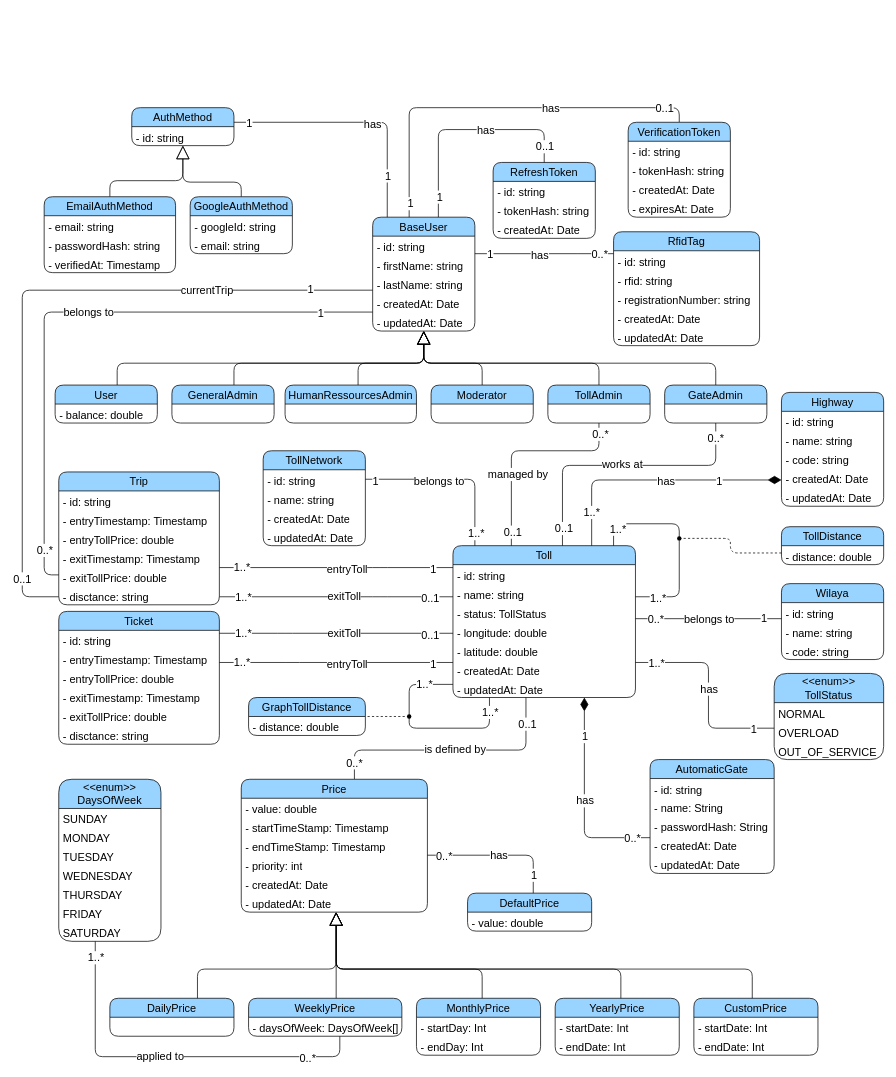
devlotfi/peage-pay keeps this draw.io diagram as diagrams/class-diagram.drawio. Above is the earlier version. Source tidied: cells renumbered, new cells numbered last; positions are measured from the earlier drawing's top-left corner, leaving out a move shared by most shapes. Both pictures are drawn from the tidied source at 73%, with x=0, y=0 at pixel (22, 107).
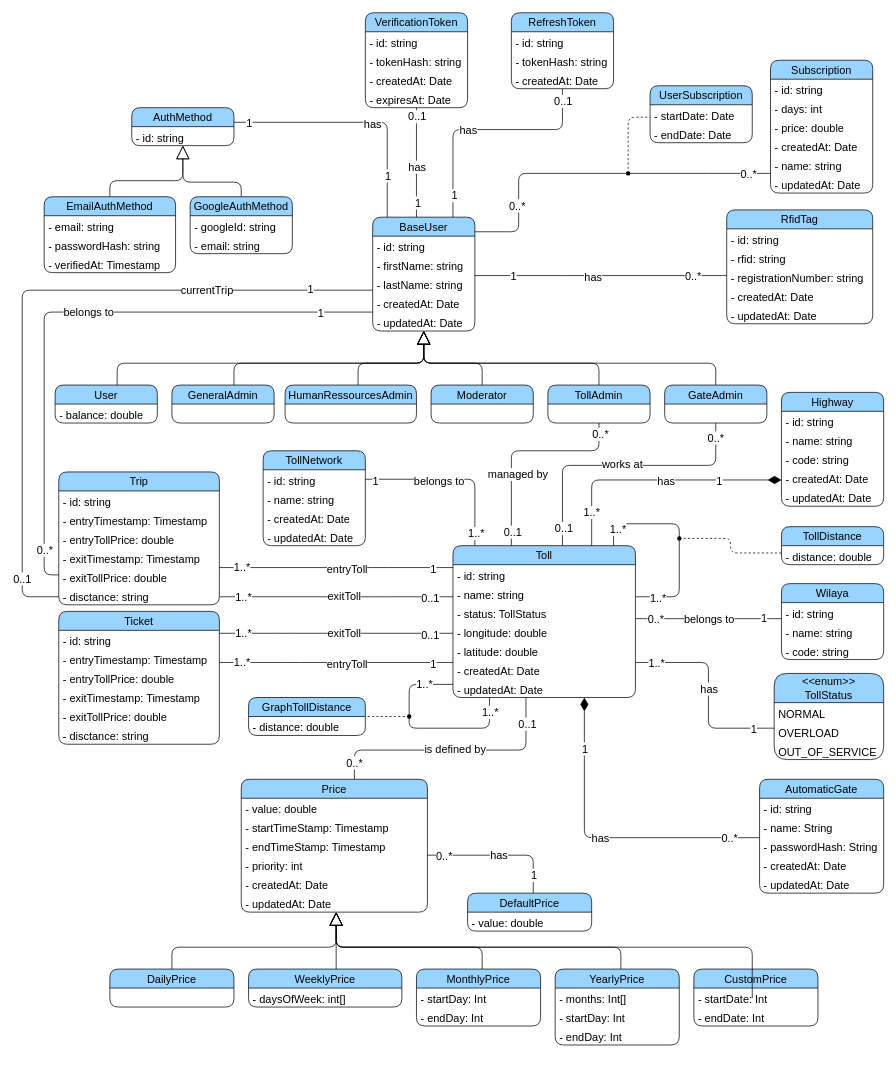
Above is the later version.

The change refers to these unchanged cells:
```xml
<mxCell id="32" value="BaseUser" style="swimlane;fontStyle=0;horizontal=1;startSize=26;fillColor=#99D3FF;whiteSpace=wrap;html=1;fontFamily=Helvetica;fontSize=15;fontColor=default;fillStyle=auto;rounded=1;glass=0;shadow=0;swimlaneFillColor=none;gradientColor=none;" parent="1" vertex="1">
  <mxGeometry x="480" y="150" width="140" height="156" as="geometry" />
</mxCell>
<mxCell id="158" value="Price" style="swimlane;fontStyle=0;horizontal=1;startSize=26;fillColor=#99D3FF;whiteSpace=wrap;html=1;fontFamily=Helvetica;fontSize=15;fontColor=default;fillStyle=auto;rounded=1;glass=0;shadow=0;swimlaneFillColor=none;gradientColor=none;" parent="1" vertex="1">
  <mxGeometry x="300" y="920" width="255" height="182" as="geometry" />
</mxCell>
```

Diff of the diagram source:
```diff
@@
     <mxCell id="56" value="RfidTag" style="swimlane;fontStyle=0;horizontal=1;startSize=26;fillColor=#99D3FF;whiteSpace=wrap;html=1;fontFamily=Helvetica;fontSize=15;fontColor=default;fillStyle=auto;rounded=1;glass=0;shadow=0;swimlaneFillColor=none;gradientColor=none;" parent="1" vertex="1">
-      <mxGeometry x="810" y="170" width="200" height="156" as="geometry" />
+      <mxGeometry x="965" y="140" width="200" height="156" as="geometry" />
     </mxCell>
@@
     <mxCell id="62" style="endArrow=none;endFill=0;endSize=24;html=1;rounded=1;labelBackgroundColor=default;strokeColor=default;align=center;verticalAlign=middle;fontFamily=Helvetica;fontSize=15;fontColor=default;shape=connector;edgeStyle=orthogonalEdgeStyle;curved=0;" parent="1" edge="1" source="56" target="32">
       <mxGeometry relative="1" as="geometry">
         <Array as="points">
-          <mxPoint x="770" y="200" />
-          <mxPoint x="770" y="200" />
+          <mxPoint x="730" y="230" />
+          <mxPoint x="730" y="230" />
         </Array>
       </mxGeometry>
     </mxCell>
@@
     <mxCell id="120" value="AutomaticGate" style="swimlane;fontStyle=0;horizontal=1;startSize=26;fillColor=#99D3FF;whiteSpace=wrap;html=1;fontFamily=Helvetica;fontSize=15;fontColor=default;fillStyle=auto;rounded=1;glass=0;shadow=0;swimlaneFillColor=none;gradientColor=none;" parent="1" vertex="1">
-      <mxGeometry x="860" y="893" width="170" height="156" as="geometry" />
+      <mxGeometry x="1010" y="920" width="170" height="156" as="geometry" />
     </mxCell>
@@
     <mxCell id="138" value="DailyPrice" style="swimlane;fontStyle=0;horizontal=1;startSize=26;fillColor=#99D3FF;whiteSpace=wrap;html=1;fontFamily=Helvetica;fontSize=15;fontColor=default;fillStyle=auto;rounded=1;glass=0;shadow=0;swimlaneFillColor=none;gradientColor=none;" parent="1" vertex="1">
-      <mxGeometry x="120" y="1220" width="170" height="52" as="geometry" />
+      <mxGeometry x="120" y="1180" width="170" height="52" as="geometry" />
     </mxCell>
     <mxCell id="139" value="WeeklyPrice" style="swimlane;fontStyle=0;horizontal=1;startSize=26;fillColor=#99D3FF;whiteSpace=wrap;html=1;fontFamily=Helvetica;fontSize=15;fontColor=default;fillStyle=auto;rounded=1;glass=0;shadow=0;swimlaneFillColor=none;gradientColor=none;" parent="1" vertex="1">
-      <mxGeometry x="310" y="1220" width="210" height="52" as="geometry" />
+      <mxGeometry x="310" y="1180" width="210" height="52" as="geometry" />
     </mxCell>
-    <mxCell id="140" value="- daysOfWeek: DaysOfWeek[]" style="text;strokeColor=none;fillColor=none;align=left;verticalAlign=top;spacingLeft=4;spacingRight=4;overflow=hidden;whiteSpace=wrap;html=1;fontSize=15;fontFamily=Helvetica;fontColor=default;" parent="139" vertex="1">
+    <mxCell id="140" value="- daysOfWeek: int[]" style="text;strokeColor=none;fillColor=none;align=left;verticalAlign=top;spacingLeft=4;spacingRight=4;overflow=hidden;whiteSpace=wrap;html=1;fontSize=15;fontFamily=Helvetica;fontColor=default;" parent="139" vertex="1">
       <mxGeometry y="26" width="210" height="26" as="geometry" />
     </mxCell>
     <mxCell id="141" value="MonthlyPrice" style="swimlane;fontStyle=0;horizontal=1;startSize=26;fillColor=#99D3FF;whiteSpace=wrap;html=1;fontFamily=Helvetica;fontSize=15;fontColor=default;fillStyle=auto;rounded=1;glass=0;shadow=0;swimlaneFillColor=none;gradientColor=none;" parent="1" vertex="1">
-      <mxGeometry x="540" y="1220" width="170" height="78" as="geometry" />
+      <mxGeometry x="540" y="1180" width="170" height="78" as="geometry" />
     </mxCell>
@@
     <mxCell id="144" value="YearlyPrice" style="swimlane;fontStyle=0;horizontal=1;startSize=26;fillColor=#99D3FF;whiteSpace=wrap;html=1;fontFamily=Helvetica;fontSize=15;fontColor=default;fillStyle=auto;rounded=1;glass=0;shadow=0;swimlaneFillColor=none;gradientColor=none;" parent="1" vertex="1">
-      <mxGeometry x="730" y="1220" width="170" height="78" as="geometry" />
+      <mxGeometry x="730" y="1180" width="170" height="104" as="geometry" />
     </mxCell>
-    <mxCell id="145" value="- startDate: Int" style="text;strokeColor=none;fillColor=none;align=left;verticalAlign=top;spacingLeft=4;spacingRight=4;overflow=hidden;whiteSpace=wrap;html=1;fontSize=15;fontFamily=Helvetica;fontColor=default;" parent="144" vertex="1">
+    <mxCell id="145" value="- months: Int[]" style="text;strokeColor=none;fillColor=none;align=left;verticalAlign=top;spacingLeft=4;spacingRight=4;overflow=hidden;whiteSpace=wrap;html=1;fontSize=15;fontFamily=Helvetica;fontColor=default;" parent="144" vertex="1">
       <mxGeometry y="26" width="170" height="26" as="geometry" />
     </mxCell>
+    <mxCell id="224" value="- startDay: Int" style="text;strokeColor=none;fillColor=none;align=left;verticalAlign=top;spacingLeft=4;spacingRight=4;overflow=hidden;whiteSpace=wrap;html=1;fontSize=15;fontFamily=Helvetica;fontColor=default;" parent="144" vertex="1">
+      <mxGeometry y="52" width="170" height="26" as="geometry" />
+    </mxCell>
-    <mxCell id="146" value="- endDate: Int" style="text;strokeColor=none;fillColor=none;align=left;verticalAlign=top;spacingLeft=4;spacingRight=4;overflow=hidden;whiteSpace=wrap;html=1;fontSize=15;fontFamily=Helvetica;fontColor=default;" parent="144" vertex="1">
-      <mxGeometry y="52" width="170" height="26" as="geometry" />
+    <mxCell id="146" value="- endDay: Int" style="text;strokeColor=none;fillColor=none;align=left;verticalAlign=top;spacingLeft=4;spacingRight=4;overflow=hidden;whiteSpace=wrap;html=1;fontSize=15;fontFamily=Helvetica;fontColor=default;" parent="144" vertex="1">
+      <mxGeometry y="78" width="170" height="26" as="geometry" />
     </mxCell>
     <mxCell id="147" value="CustomPrice" style="swimlane;fontStyle=0;horizontal=1;startSize=26;fillColor=#99D3FF;whiteSpace=wrap;html=1;fontFamily=Helvetica;fontSize=15;fontColor=default;fillStyle=auto;rounded=1;glass=0;shadow=0;swimlaneFillColor=none;gradientColor=none;" parent="1" vertex="1">
-      <mxGeometry x="920" y="1220" width="170" height="78" as="geometry" />
+      <mxGeometry x="920" y="1180" width="170" height="78" as="geometry" />
     </mxCell>
@@
     <mxCell id="165" style="edgeStyle=orthogonalEdgeStyle;shape=connector;curved=0;rounded=1;jettySize=auto;html=1;labelBackgroundColor=default;strokeColor=default;align=center;verticalAlign=middle;fontFamily=Helvetica;fontSize=15;fontColor=default;endArrow=block;endFill=0;endSize=16;" parent="1" edge="1" source="141" target="158">
       <mxGeometry relative="1" as="geometry">
         <Array as="points">
-          <mxPoint x="630" y="1180" />
-          <mxPoint x="430" y="1180" />
+          <mxPoint x="630" y="1150" />
+          <mxPoint x="430" y="1150" />
         </Array>
       </mxGeometry>
     </mxCell>
@@
     <mxCell id="167" style="edgeStyle=orthogonalEdgeStyle;shape=connector;curved=0;rounded=1;jettySize=auto;html=1;labelBackgroundColor=default;strokeColor=default;align=center;verticalAlign=middle;fontFamily=Helvetica;fontSize=15;fontColor=default;endArrow=block;endFill=0;endSize=16;" parent="1" edge="1" source="138" target="158">
       <mxGeometry relative="1" as="geometry">
         <Array as="points">
-          <mxPoint x="240" y="1180" />
-          <mxPoint x="430" y="1180" />
+          <mxPoint x="205" y="1150" />
+          <mxPoint x="430" y="1150" />
         </Array>
       </mxGeometry>
     </mxCell>
     <mxCell id="168" style="edgeStyle=orthogonalEdgeStyle;shape=connector;curved=0;rounded=1;jettySize=auto;html=1;labelBackgroundColor=default;strokeColor=default;align=center;verticalAlign=middle;fontFamily=Helvetica;fontSize=15;fontColor=default;endArrow=block;endFill=0;endSize=16;" parent="1" edge="1" source="144" target="158">
       <mxGeometry relative="1" as="geometry">
         <Array as="points">
-          <mxPoint x="820" y="1180" />
-          <mxPoint x="430" y="1180" />
+          <mxPoint x="820" y="1150" />
+          <mxPoint x="430" y="1150" />
         </Array>
       </mxGeometry>
     </mxCell>
     <mxCell id="169" style="edgeStyle=orthogonalEdgeStyle;shape=connector;curved=0;rounded=1;jettySize=auto;html=1;labelBackgroundColor=default;strokeColor=default;align=center;verticalAlign=middle;fontFamily=Helvetica;fontSize=15;fontColor=default;endArrow=block;endFill=0;endSize=16;" parent="1" edge="1" target="158">
       <mxGeometry relative="1" as="geometry">
         <mxPoint x="1000" y="1220" as="sourcePoint" />
         <Array as="points">
-          <mxPoint x="1000" y="1180" />
-          <mxPoint x="430" y="1180" />
+          <mxPoint x="1000" y="1150" />
+          <mxPoint x="430" y="1150" />
         </Array>
       </mxGeometry>
     </mxCell>
     <mxCell id="170" style="edgeStyle=orthogonalEdgeStyle;rounded=1;jettySize=auto;html=1;strokeColor=default;align=center;verticalAlign=middle;fontFamily=Helvetica;fontSize=15;fontColor=default;labelBackgroundColor=default;endArrow=none;endFill=0;endSize=24;" parent="1" edge="1" source="174" target="32">
       <mxGeometry relative="1" as="geometry">
         <Array as="points">
-          <mxPoint x="900" />
-          <mxPoint x="530" />
+          <mxPoint x="530" y="-30" />
+          <mxPoint x="530" y="-30" />
         </Array>
       </mxGeometry>
     </mxCell>
     <mxCell id="171" value="has" style="edgeLabel;html=1;align=center;verticalAlign=middle;fontFamily=Helvetica;fontSize=15;fontColor=default;labelBackgroundColor=default;" parent="170" vertex="1">
-      <mxGeometry x="-0.27" relative="1" as="geometry" />
+      <mxGeometry x="-0.27" relative="1" as="geometry">
+        <mxPoint y="25" as="offset" />
+      </mxGeometry>
     </mxCell>
@@
     <mxCell id="173" value="1" style="edgeLabel;html=1;align=center;verticalAlign=middle;fontFamily=Helvetica;fontSize=15;fontColor=default;labelBackgroundColor=default;" parent="170" vertex="1">
       <mxGeometry x="0.81" y="1" relative="1" as="geometry">
-        <mxPoint y="31" as="offset" />
+        <mxPoint y="-7" as="offset" />
       </mxGeometry>
     </mxCell>
     <mxCell id="174" value="VerificationToken" style="swimlane;fontStyle=0;horizontal=1;startSize=26;fillColor=#99D3FF;whiteSpace=wrap;html=1;fontFamily=Helvetica;fontSize=15;fontColor=default;fillStyle=auto;rounded=1;glass=0;shadow=0;swimlaneFillColor=none;gradientColor=none;" parent="1" vertex="1">
-      <mxGeometry x="830" y="20" width="140" height="130" as="geometry" />
+      <mxGeometry x="470" y="-130" width="140" height="130" as="geometry" />
     </mxCell>
@@
     <mxCell id="179" value="RefreshToken" style="swimlane;fontStyle=0;horizontal=1;startSize=26;fillColor=#99D3FF;whiteSpace=wrap;html=1;fontFamily=Helvetica;fontSize=15;fontColor=default;fillStyle=auto;rounded=1;glass=0;shadow=0;swimlaneFillColor=none;gradientColor=none;" parent="1" vertex="1">
-      <mxGeometry x="645" y="75" width="140" height="104" as="geometry" />
+      <mxGeometry x="670" y="-130" width="140" height="104" as="geometry" />
     </mxCell>
@@
     <mxCell id="183" style="edgeStyle=orthogonalEdgeStyle;rounded=1;jettySize=auto;html=1;strokeColor=default;align=center;verticalAlign=middle;fontFamily=Helvetica;fontSize=15;fontColor=default;labelBackgroundColor=default;endArrow=none;endFill=0;endSize=24;" parent="1" edge="1" source="179" target="32">
       <mxGeometry relative="1" as="geometry">
         <Array as="points">
-          <mxPoint x="715" y="30" />
-          <mxPoint x="570" y="30" />
+          <mxPoint x="590" y="30" />
         </Array>
       </mxGeometry>
     </mxCell>
     <mxCell id="184" value="has" style="edgeLabel;html=1;align=center;verticalAlign=middle;fontFamily=Helvetica;fontSize=15;fontColor=default;labelBackgroundColor=default;" parent="183" vertex="1">
       <mxGeometry x="-0.27" relative="1" as="geometry">
-        <mxPoint x="-13" as="offset" />
+        <mxPoint x="-67" as="offset" />
       </mxGeometry>
     </mxCell>
     <mxCell id="185" value="0..1" style="edgeLabel;html=1;align=center;verticalAlign=middle;fontFamily=Helvetica;fontSize=15;fontColor=default;labelBackgroundColor=default;" parent="183" vertex="1">
-      <mxGeometry x="-0.85" relative="1" as="geometry" />
+      <mxGeometry x="-0.85" relative="1" as="geometry">
+        <mxPoint y="-8" as="offset" />
+      </mxGeometry>
     </mxCell>
@@
-    <mxCell id="212" style="edgeStyle=orthogonalEdgeStyle;curved=0;rounded=1;jettySize=auto;html=1;strokeColor=default;align=center;verticalAlign=middle;fontFamily=Helvetica;fontSize=15;fontColor=default;labelBackgroundColor=default;endArrow=none;endFill=0;endSize=16;" parent="1" edge="1" source="216" target="139">
-      <mxGeometry relative="1" as="geometry">
-        <Array as="points">
-          <mxPoint x="100" y="1300" />
-          <mxPoint x="435" y="1300" />
-        </Array>
-      </mxGeometry>
-    </mxCell>
-    <mxCell id="213" value="1..*" style="edgeLabel;html=1;align=center;verticalAlign=middle;fontFamily=Helvetica;fontSize=15;fontColor=default;labelBackgroundColor=default;" parent="212" vertex="1">
-      <mxGeometry x="-0.92" relative="1" as="geometry" />
-    </mxCell>
-    <mxCell id="214" value="0..*" style="edgeLabel;html=1;align=center;verticalAlign=middle;fontFamily=Helvetica;fontSize=15;fontColor=default;labelBackgroundColor=default;" parent="212" vertex="1">
-      <mxGeometry x="0.92" y="1" relative="1" as="geometry">
-        <mxPoint x="-44" y="8" as="offset" />
-      </mxGeometry>
-    </mxCell>
-    <mxCell id="215" value="applied to" style="edgeLabel;html=1;align=center;verticalAlign=middle;fontFamily=Helvetica;fontSize=15;fontColor=default;labelBackgroundColor=default;" parent="212" vertex="1">
-      <mxGeometry x="-0.18" y="2" relative="1" as="geometry">
-        <mxPoint x="32" as="offset" />
-      </mxGeometry>
-    </mxCell>
-    <mxCell id="216" value="&amp;lt;&amp;lt;enum&amp;gt;&amp;gt;&lt;br style=&quot;font-size: 15px;&quot;&gt;DaysOfWeek" style="swimlane;fontStyle=0;horizontal=1;startSize=40;fillColor=#99D3FF;whiteSpace=wrap;html=1;fontFamily=Helvetica;fontSize=15;fontColor=default;fillStyle=auto;rounded=1;glass=0;shadow=0;swimlaneFillColor=none;gradientColor=none;" parent="1" vertex="1">
-      <mxGeometry x="50" y="920" width="140" height="222" as="geometry" />
-    </mxCell>
-    <mxCell id="217" value="SUNDAY" style="text;strokeColor=none;fillColor=none;align=left;verticalAlign=top;spacingLeft=4;spacingRight=4;overflow=hidden;whiteSpace=wrap;html=1;fontSize=15;fontFamily=Helvetica;fontColor=default;" parent="216" vertex="1">
-      <mxGeometry y="40" width="140" height="26" as="geometry" />
-    </mxCell>
-    <mxCell id="218" value="MONDAY" style="text;strokeColor=none;fillColor=none;align=left;verticalAlign=top;spacingLeft=4;spacingRight=4;overflow=hidden;whiteSpace=wrap;html=1;fontSize=15;fontFamily=Helvetica;fontColor=default;" parent="216" vertex="1">
-      <mxGeometry y="66" width="140" height="26" as="geometry" />
-    </mxCell>
-    <mxCell id="219" value="TUESDAY" style="text;strokeColor=none;fillColor=none;align=left;verticalAlign=top;spacingLeft=4;spacingRight=4;overflow=hidden;whiteSpace=wrap;html=1;fontSize=15;fontFamily=Helvetica;fontColor=default;" parent="216" vertex="1">
-      <mxGeometry y="92" width="140" height="26" as="geometry" />
-    </mxCell>
-    <mxCell id="220" value="WEDNESDAY" style="text;strokeColor=none;fillColor=none;align=left;verticalAlign=top;spacingLeft=4;spacingRight=4;overflow=hidden;whiteSpace=wrap;html=1;fontSize=15;fontFamily=Helvetica;fontColor=default;" parent="216" vertex="1">
-      <mxGeometry y="118" width="140" height="26" as="geometry" />
-    </mxCell>
-    <mxCell id="221" value="THURSDAY" style="text;strokeColor=none;fillColor=none;align=left;verticalAlign=top;spacingLeft=4;spacingRight=4;overflow=hidden;whiteSpace=wrap;html=1;fontSize=15;fontFamily=Helvetica;fontColor=default;" parent="216" vertex="1">
-      <mxGeometry y="144" width="140" height="26" as="geometry" />
-    </mxCell>
-    <mxCell id="222" value="FRIDAY" style="text;strokeColor=none;fillColor=none;align=left;verticalAlign=top;spacingLeft=4;spacingRight=4;overflow=hidden;whiteSpace=wrap;html=1;fontSize=15;fontFamily=Helvetica;fontColor=default;" parent="216" vertex="1">
-      <mxGeometry y="170" width="140" height="26" as="geometry" />
-    </mxCell>
-    <mxCell id="223" value="SATURDAY" style="text;strokeColor=none;fillColor=none;align=left;verticalAlign=top;spacingLeft=4;spacingRight=4;overflow=hidden;whiteSpace=wrap;html=1;fontSize=15;fontFamily=Helvetica;fontColor=default;" parent="216" vertex="1">
-      <mxGeometry y="196" width="140" height="26" as="geometry" />
-    </mxCell>
+    <mxCell id="225" value="Subscription" style="swimlane;fontStyle=0;horizontal=1;startSize=26;fillColor=#99D3FF;whiteSpace=wrap;html=1;fontFamily=Helvetica;fontSize=15;fontColor=default;fillStyle=auto;rounded=1;glass=0;shadow=0;swimlaneFillColor=none;gradientColor=none;" parent="1" vertex="1">
+      <mxGeometry x="1025" y="-65" width="140" height="182" as="geometry" />
+    </mxCell>
+    <mxCell id="226" value="- id: string" style="text;strokeColor=none;fillColor=none;align=left;verticalAlign=top;spacingLeft=4;spacingRight=4;overflow=hidden;whiteSpace=wrap;html=1;fontSize=15;fontFamily=Helvetica;fontColor=default;" parent="225" vertex="1">
+      <mxGeometry y="26" width="140" height="26" as="geometry" />
+    </mxCell>
+    <mxCell id="227" value="- days: int" style="text;strokeColor=none;fillColor=none;align=left;verticalAlign=top;spacingLeft=4;spacingRight=4;overflow=hidden;whiteSpace=wrap;html=1;fontSize=15;fontFamily=Helvetica;fontColor=default;" parent="225" vertex="1">
+      <mxGeometry y="52" width="140" height="26" as="geometry" />
+    </mxCell>
+    <mxCell id="228" value="- price: double" style="text;strokeColor=none;fillColor=none;align=left;verticalAlign=top;spacingLeft=4;spacingRight=4;overflow=hidden;whiteSpace=wrap;html=1;fontSize=15;fontFamily=Helvetica;fontColor=default;" parent="225" vertex="1">
+      <mxGeometry y="78" width="140" height="26" as="geometry" />
+    </mxCell>
+    <mxCell id="229" value="- createdAt: Date" style="text;strokeColor=none;fillColor=none;align=left;verticalAlign=top;spacingLeft=4;spacingRight=4;overflow=hidden;whiteSpace=wrap;html=1;fontSize=15;fontFamily=Helvetica;fontColor=default;" parent="225" vertex="1">
+      <mxGeometry y="104" width="140" height="26" as="geometry" />
+    </mxCell>
+    <mxCell id="230" value="- name: string" style="text;strokeColor=none;fillColor=none;align=left;verticalAlign=top;spacingLeft=4;spacingRight=4;overflow=hidden;whiteSpace=wrap;html=1;fontSize=15;fontFamily=Helvetica;fontColor=default;" parent="225" vertex="1">
+      <mxGeometry y="130" width="140" height="26" as="geometry" />
+    </mxCell>
+    <mxCell id="231" value="- updatedAt: Date" style="text;strokeColor=none;fillColor=none;align=left;verticalAlign=top;spacingLeft=4;spacingRight=4;overflow=hidden;whiteSpace=wrap;html=1;fontSize=15;fontFamily=Helvetica;fontColor=default;" parent="225" vertex="1">
+      <mxGeometry y="156" width="140" height="26" as="geometry" />
+    </mxCell>
+    <mxCell id="232" value="UserSubscription" style="swimlane;fontStyle=0;horizontal=1;startSize=26;fillColor=#99D3FF;whiteSpace=wrap;html=1;fontFamily=Helvetica;fontSize=15;fontColor=default;fillStyle=auto;rounded=1;glass=0;shadow=0;swimlaneFillColor=none;gradientColor=none;" parent="1" vertex="1">
+      <mxGeometry x="860" y="-30" width="140" height="78" as="geometry" />
+    </mxCell>
+    <mxCell id="233" value="- startDate: Date" style="text;strokeColor=none;fillColor=none;align=left;verticalAlign=top;spacingLeft=4;spacingRight=4;overflow=hidden;whiteSpace=wrap;html=1;fontSize=15;fontFamily=Helvetica;fontColor=default;" parent="232" vertex="1">
+      <mxGeometry y="26" width="140" height="26" as="geometry" />
+    </mxCell>
+    <mxCell id="234" value="- endDate: Date" style="text;strokeColor=none;fillColor=none;align=left;verticalAlign=top;spacingLeft=4;spacingRight=4;overflow=hidden;whiteSpace=wrap;html=1;fontSize=15;fontFamily=Helvetica;fontColor=default;" parent="232" vertex="1">
+      <mxGeometry y="52" width="140" height="26" as="geometry" />
+    </mxCell>
+    <mxCell id="235" style="edgeStyle=orthogonalEdgeStyle;curved=0;rounded=1;jettySize=auto;html=1;strokeColor=default;align=center;verticalAlign=middle;fontFamily=Helvetica;fontSize=15;fontColor=default;labelBackgroundColor=default;endArrow=none;endFill=0;endSize=24;dashed=1;" parent="1" edge="1" source="240" target="232">
+      <mxGeometry relative="1" as="geometry">
+        <Array as="points">
+          <mxPoint x="830" y="13" />
+        </Array>
+      </mxGeometry>
+    </mxCell>
+    <mxCell id="236" style="edgeStyle=orthogonalEdgeStyle;curved=0;rounded=1;jettySize=auto;html=1;strokeColor=default;align=center;verticalAlign=middle;fontFamily=Helvetica;fontSize=15;fontColor=default;labelBackgroundColor=default;endArrow=none;endFill=0;endSize=24;" parent="1" edge="1" source="240" target="225">
+      <mxGeometry relative="1" as="geometry">
+        <Array as="points">
+          <mxPoint x="930" y="90" />
+          <mxPoint x="930" y="90" />
+        </Array>
+      </mxGeometry>
+    </mxCell>
+    <mxCell id="237" value="0..*" style="edgeLabel;html=1;align=center;verticalAlign=middle;fontFamily=Helvetica;fontSize=15;fontColor=default;labelBackgroundColor=default;" parent="236" vertex="1">
+      <mxGeometry x="0.68" relative="1" as="geometry" />
+    </mxCell>
+    <mxCell id="238" style="edgeStyle=orthogonalEdgeStyle;curved=0;rounded=1;jettySize=auto;html=1;strokeColor=default;align=center;verticalAlign=middle;fontFamily=Helvetica;fontSize=15;fontColor=default;labelBackgroundColor=default;endArrow=none;endFill=0;endSize=24;" parent="1" edge="1" source="240" target="32">
+      <mxGeometry relative="1" as="geometry">
+        <Array as="points">
+          <mxPoint x="680" y="90" />
+          <mxPoint x="680" y="170" />
+        </Array>
+      </mxGeometry>
+    </mxCell>
+    <mxCell id="239" value="0..*" style="edgeLabel;html=1;align=center;verticalAlign=middle;fontFamily=Helvetica;fontSize=15;fontColor=default;labelBackgroundColor=default;" parent="238" vertex="1">
+      <mxGeometry x="0.33" y="-3" relative="1" as="geometry" />
+    </mxCell>
+    <mxCell id="240" style="shape=waypoint;sketch=0;size=6;points=[];fillColor=none;perimeter=centerPerimeter;snapToPoint=1;" parent="1" vertex="1">
+      <mxGeometry x="820" y="80" width="20" height="20" as="geometry" />
+    </mxCell>
```
